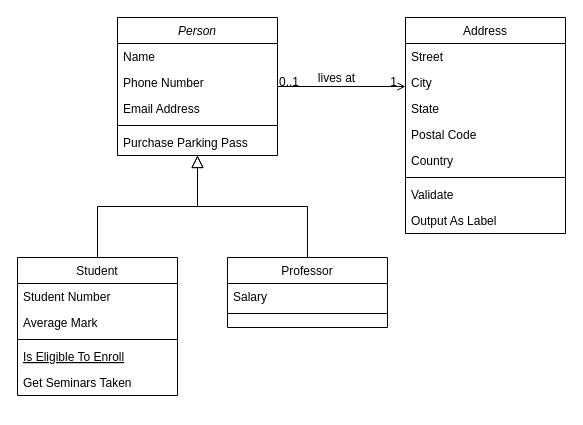
The draw.io diagram Untitled Diagram.drawio in TheExploration/art, before the edit. Source tidied: cells renumbered, new cells numbered last; positions are measured from the earlier drawing's top-left corner, leaving out a move shared by most shapes. Both pictures are drawn from the tidied source at 100%, with x=0, y=0 at pixel (17, 17).
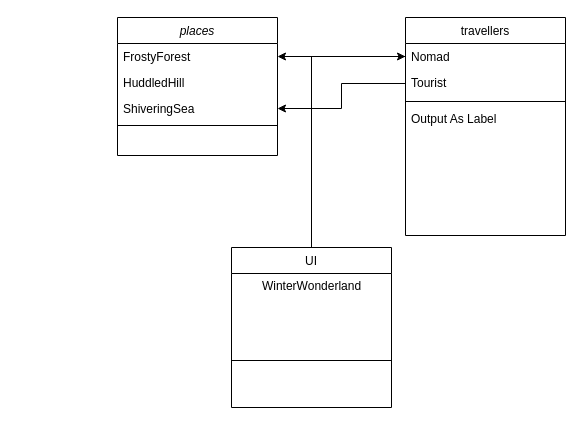
The same diagram, later.

Diff of the diagram source:
```diff
@@
-    <mxCell id="2" value="Person" style="swimlane;fontStyle=2;align=center;verticalAlign=top;horizontal=1;startSize=26;rounded=0;shadow=0;strokeWidth=1;" parent="1" vertex="1">
+    <mxCell id="2" value="places" style="swimlane;fontStyle=2;align=center;verticalAlign=top;horizontal=1;startSize=26;rounded=0;shadow=0;strokeWidth=1;" parent="1" vertex="1">
       <mxGeometry x="100" width="160" height="138" as="geometry" />
     </mxCell>
-    <mxCell id="3" value="Name" style="text;align=left;verticalAlign=top;spacingLeft=4;spacingRight=4;overflow=hidden;points=[[0,0.5],[1,0.5]];portConstraint=eastwest;" parent="2" vertex="1">
+    <mxCell id="3" value="FrostyForest&#10;" style="text;align=left;verticalAlign=top;spacingLeft=4;spacingRight=4;overflow=hidden;points=[[0,0.5],[1,0.5]];portConstraint=eastwest;" parent="2" vertex="1">
       <mxGeometry y="26" width="160" height="26" as="geometry" />
     </mxCell>
-    <mxCell id="4" value="Phone Number" style="text;align=left;verticalAlign=top;spacingLeft=4;spacingRight=4;overflow=hidden;rounded=0;shadow=0;html=0;" parent="2" vertex="1">
+    <mxCell id="4" value="HuddledHill&#10;" style="text;align=left;verticalAlign=top;spacingLeft=4;spacingRight=4;overflow=hidden;rounded=0;shadow=0;html=0;" parent="2" vertex="1">
       <mxGeometry y="52" width="160" height="26" as="geometry" />
     </mxCell>
-    <mxCell id="5" value="Email Address" style="text;align=left;verticalAlign=top;spacingLeft=4;spacingRight=4;overflow=hidden;points=[[0,0.5],[1,0.5]];portConstraint=eastwest;rounded=0;shadow=0;html=0;" parent="2" vertex="1">
+    <mxCell id="5" value="ShiveringSea&#10;" style="text;align=left;verticalAlign=top;spacingLeft=4;spacingRight=4;overflow=hidden;points=[[0,0.5],[1,0.5]];portConstraint=eastwest;rounded=0;shadow=0;html=0;" parent="2" vertex="1">
       <mxGeometry y="78" width="160" height="26" as="geometry" />
     </mxCell>
@@
-    <mxCell id="7" value="Purchase Parking Pass" style="text;align=left;verticalAlign=top;spacingLeft=4;spacingRight=4;overflow=hidden;" parent="2" vertex="1">
-      <mxGeometry y="112" width="160" height="26" as="geometry" />
-    </mxCell>
+    <mxCell id="32" style="edgeStyle=orthogonalEdgeStyle;rounded=0;jettySize=auto;html=1;entryX=0;entryY=0.5;entryDx=0;entryDy=0;" parent="1" edge="1" source="8" target="20">
+      <mxGeometry relative="1" as="geometry" />
+    </mxCell>
-    <mxCell id="8" value="Student" style="swimlane;fontStyle=0;align=center;verticalAlign=top;horizontal=1;startSize=26;rounded=0;shadow=0;strokeWidth=1;" parent="1" vertex="1">
-      <mxGeometry y="240" width="160" height="138" as="geometry" />
+    <mxCell id="8" value="UI&#10;" style="swimlane;fontStyle=0;align=center;verticalAlign=top;horizontal=1;startSize=26;rounded=0;shadow=0;strokeWidth=1;" parent="1" vertex="1">
+      <mxGeometry x="214" y="230" width="160" height="160" as="geometry" />
     </mxCell>
-    <mxCell id="9" value="Student Number" style="text;align=left;verticalAlign=top;spacingLeft=4;spacingRight=4;overflow=hidden;" parent="8" vertex="1">
-      <mxGeometry y="26" width="160" height="26" as="geometry" />
-    </mxCell>
-    <mxCell id="10" value="Average Mark" style="text;align=left;verticalAlign=top;spacingLeft=4;spacingRight=4;overflow=hidden;rounded=0;shadow=0;html=0;" parent="8" vertex="1">
-      <mxGeometry y="52" width="160" height="26" as="geometry" />
-    </mxCell>
+    <mxCell id="33" value="&lt;div&gt;WinterWonderland&lt;/div&gt;&lt;div&gt;&lt;br&gt;&lt;/div&gt;" style="text;html=1;align=center;verticalAlign=middle;strokeColor=none;fillColor=none;" parent="8" vertex="1">
+      <mxGeometry y="26" width="160" height="40" as="geometry" />
+    </mxCell>
     <mxCell id="11" style="line;html=1;strokeWidth=1;align=left;verticalAlign=middle;spacingTop=-1;spacingLeft=3;spacingRight=3;labelPosition=right;" parent="8" vertex="1">
-      <mxGeometry y="78" width="160" height="8" as="geometry" />
+      <mxGeometry y="66" width="160" height="94" as="geometry" />
     </mxCell>
-    <mxCell id="12" value="Is Eligible To Enroll" style="text;align=left;verticalAlign=top;spacingLeft=4;spacingRight=4;overflow=hidden;fontStyle=4;" parent="8" vertex="1">
-      <mxGeometry y="86" width="160" height="26" as="geometry" />
-    </mxCell>
-    <mxCell id="13" value="Get Seminars Taken" style="text;align=left;verticalAlign=top;spacingLeft=4;spacingRight=4;overflow=hidden;" parent="8" vertex="1">
-      <mxGeometry y="112" width="160" height="26" as="geometry" />
-    </mxCell>
-    <mxCell id="14" style="endArrow=block;endSize=10;endFill=0;shadow=0;strokeWidth=1;rounded=0;curved=0;edgeStyle=elbowEdgeStyle;elbow=vertical;" parent="1" edge="1" source="8" target="2">
-      <mxGeometry relative="1" as="geometry" />
-    </mxCell>
-    <mxCell id="15" value="Professor" style="swimlane;fontStyle=0;align=center;verticalAlign=top;horizontal=1;startSize=26;rounded=0;shadow=0;strokeWidth=1;" parent="1" vertex="1">
-      <mxGeometry x="210" y="240" width="160" height="70" as="geometry" />
-    </mxCell>
-    <mxCell id="16" value="Salary" style="text;align=left;verticalAlign=top;spacingLeft=4;spacingRight=4;overflow=hidden;" parent="15" vertex="1">
-      <mxGeometry y="26" width="160" height="26" as="geometry" />
-    </mxCell>
-    <mxCell id="17" style="line;html=1;strokeWidth=1;align=left;verticalAlign=middle;spacingTop=-1;spacingLeft=3;spacingRight=3;labelPosition=right;" parent="15" vertex="1">
-      <mxGeometry y="52" width="160" height="8" as="geometry" />
-    </mxCell>
-    <mxCell id="18" style="endArrow=block;endSize=10;endFill=0;shadow=0;strokeWidth=1;rounded=0;curved=0;edgeStyle=elbowEdgeStyle;elbow=vertical;" parent="1" edge="1" source="15" target="2">
-      <mxGeometry relative="1" as="geometry" />
-    </mxCell>
-    <mxCell id="19" value="Address" style="swimlane;fontStyle=0;align=center;verticalAlign=top;horizontal=1;startSize=26;rounded=0;shadow=0;strokeWidth=1;" parent="1" vertex="1">
-      <mxGeometry x="388" width="160" height="216" as="geometry" />
+    <mxCell id="19" value="travellers" style="swimlane;fontStyle=0;align=center;verticalAlign=top;horizontal=1;startSize=26;rounded=0;shadow=0;strokeWidth=1;" parent="1" vertex="1">
+      <mxGeometry x="388" width="160" height="218" as="geometry" />
     </mxCell>
-    <mxCell id="20" value="Street" style="text;align=left;verticalAlign=top;spacingLeft=4;spacingRight=4;overflow=hidden;points=[[0,0.5],[1,0.5]];portConstraint=eastwest;" parent="19" vertex="1">
+    <mxCell id="20" value="Nomad&#10;" style="text;align=left;verticalAlign=top;spacingLeft=4;spacingRight=4;overflow=hidden;points=[[0,0.5],[1,0.5]];portConstraint=eastwest;" parent="19" vertex="1">
       <mxGeometry y="26" width="160" height="26" as="geometry" />
     </mxCell>
-    <mxCell id="21" value="City" style="text;align=left;verticalAlign=top;spacingLeft=4;spacingRight=4;overflow=hidden;points=[[0,0.5],[1,0.5]];portConstraint=eastwest;rounded=0;shadow=0;html=0;" parent="19" vertex="1">
-      <mxGeometry y="52" width="160" height="26" as="geometry" />
+    <mxCell id="21" value="Tourist" style="text;align=left;verticalAlign=top;spacingLeft=4;spacingRight=4;overflow=hidden;points=[[0,0.5],[1,0.5]];portConstraint=eastwest;rounded=0;shadow=0;html=0;" parent="19" vertex="1">
+      <mxGeometry y="52" width="160" height="28" as="geometry" />
     </mxCell>
-    <mxCell id="22" value="State" style="text;align=left;verticalAlign=top;spacingLeft=4;spacingRight=4;overflow=hidden;rounded=0;shadow=0;html=0;" parent="19" vertex="1">
-      <mxGeometry y="78" width="160" height="26" as="geometry" />
-    </mxCell>
-    <mxCell id="23" value="Postal Code" style="text;align=left;verticalAlign=top;spacingLeft=4;spacingRight=4;overflow=hidden;rounded=0;shadow=0;html=0;" parent="19" vertex="1">
-      <mxGeometry y="104" width="160" height="26" as="geometry" />
-    </mxCell>
-    <mxCell id="24" value="Country" style="text;align=left;verticalAlign=top;spacingLeft=4;spacingRight=4;overflow=hidden;rounded=0;shadow=0;html=0;" parent="19" vertex="1">
-      <mxGeometry y="130" width="160" height="26" as="geometry" />
-    </mxCell>
     <mxCell id="25" style="line;html=1;strokeWidth=1;align=left;verticalAlign=middle;spacingTop=-1;spacingLeft=3;spacingRight=3;labelPosition=right;" parent="19" vertex="1">
-      <mxGeometry y="156" width="160" height="8" as="geometry" />
+      <mxGeometry y="80" width="160" height="8" as="geometry" />
     </mxCell>
-    <mxCell id="26" value="Validate" style="text;align=left;verticalAlign=top;spacingLeft=4;spacingRight=4;overflow=hidden;" parent="19" vertex="1">
-      <mxGeometry y="164" width="160" height="26" as="geometry" />
-    </mxCell>
     <mxCell id="27" value="Output As Label" style="text;align=left;verticalAlign=top;spacingLeft=4;spacingRight=4;overflow=hidden;" parent="19" vertex="1">
-      <mxGeometry y="190" width="160" height="26" as="geometry" />
+      <mxGeometry y="88" width="160" height="26" as="geometry" />
     </mxCell>
-    <mxCell id="28" style="endArrow=open;shadow=0;strokeWidth=1;rounded=0;curved=0;endFill=1;edgeStyle=elbowEdgeStyle;elbow=vertical;" parent="1" edge="1" source="2" target="19">
-      <mxGeometry x="0.5" y="41" relative="1" as="geometry">
-        <mxPoint x="-40" y="32" as="offset" />
-      </mxGeometry>
-    </mxCell>
-    <mxCell id="29" value="0..1" style="align=left;verticalAlign=bottom;labelBackgroundColor=none;fontSize=12;" parent="28" vertex="1">
-      <mxGeometry x="-1" relative="1" as="geometry">
-        <mxPoint y="4" as="offset" />
-      </mxGeometry>
-    </mxCell>
-    <mxCell id="30" value="1" style="align=right;verticalAlign=bottom;labelBackgroundColor=none;fontSize=12;" parent="28" vertex="1">
-      <mxGeometry x="1" relative="1" as="geometry">
-        <mxPoint x="-7" y="4" as="offset" />
-      </mxGeometry>
-    </mxCell>
-    <mxCell id="31" value="lives at" style="text;html=1;align=center;verticalAlign=middle;labelBackgroundColor=none;rounded=0;shadow=0;strokeWidth=1;fontSize=12;" parent="28" vertex="1">
-      <mxGeometry x="0.5" y="49" relative="1" as="geometry">
-        <mxPoint x="-38" y="40" as="offset" />
-      </mxGeometry>
-    </mxCell>
+    <mxCell id="34" style="edgeStyle=orthogonalEdgeStyle;rounded=0;jettySize=auto;html=1;entryX=1;entryY=0.5;entryDx=0;entryDy=0;" parent="1" edge="1" source="20" target="3">
+      <mxGeometry relative="1" as="geometry" />
+    </mxCell>
+    <mxCell id="35" style="edgeStyle=orthogonalEdgeStyle;rounded=0;jettySize=auto;html=1;entryX=1;entryY=0.5;entryDx=0;entryDy=0;" parent="1" edge="1" source="21" target="5">
+      <mxGeometry relative="1" as="geometry" />
+    </mxCell>
```
